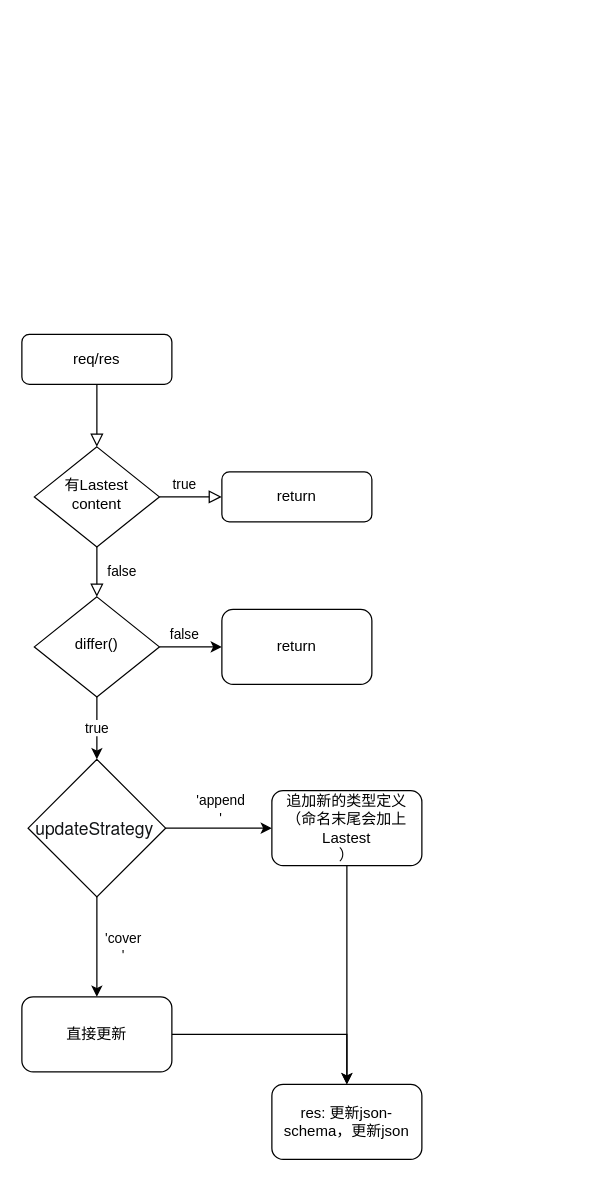
Before: 执行逻辑.drawio in yy7054wyq5/API-types-automatic-converter, a draw.io diagram. Source tidied: cells renumbered, new cells numbered last; positions are measured from the earlier drawing's top-left corner, leaving out a move shared by most shapes. Both pictures are drawn from the tidied source at 125%, with x=0, y=0 at pixel (21, 334).
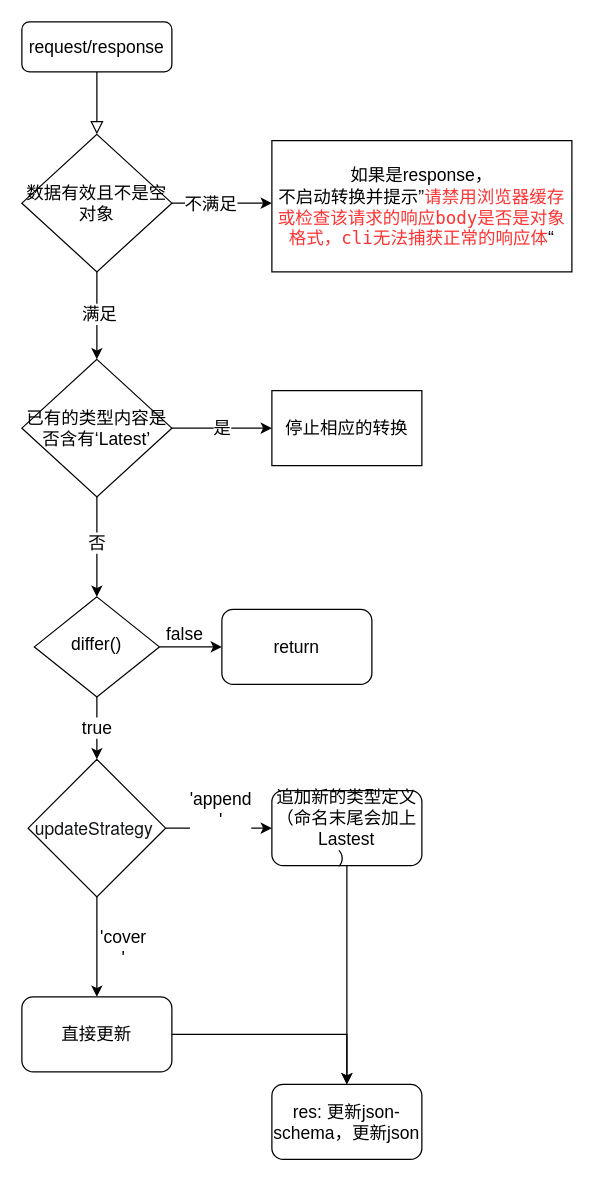
After the change.

Change to the diagram source:
```diff
@@
-    <mxCell id="2" style="rounded=0;html=1;jettySize=auto;fontSize=11;endArrow=block;endFill=0;endSize=8;strokeWidth=1;shadow=0;labelBackgroundColor=none;edgeStyle=orthogonalEdgeStyle;" parent="1" edge="1" source="3" target="6">
-      <mxGeometry relative="1" as="geometry" />
+    <mxCell id="2" style="rounded=0;html=1;jettySize=auto;fontSize=14;endArrow=block;endFill=0;endSize=8;strokeWidth=1;shadow=0;labelBackgroundColor=none;edgeStyle=orthogonalEdgeStyle;" parent="1" edge="1" source="3">
+      <mxGeometry relative="1" as="geometry">
+        <mxPoint x="60" y="-160" as="targetPoint" />
+      </mxGeometry>
     </mxCell>
-    <mxCell id="3" value="req/res" style="rounded=1;whiteSpace=wrap;html=1;fontSize=12;glass=0;strokeWidth=1;shadow=0;" parent="1" vertex="1">
-      <mxGeometry width="120" height="40" as="geometry" />
+    <mxCell id="3" value="request/response" style="rounded=1;whiteSpace=wrap;html=1;fontSize=14;glass=0;strokeWidth=1;shadow=0;" parent="1" vertex="1">
+      <mxGeometry y="-250" width="120" height="40" as="geometry" />
     </mxCell>
-    <mxCell id="4" value="false" style="rounded=0;html=1;jettySize=auto;fontSize=11;endArrow=block;endFill=0;endSize=8;strokeWidth=1;shadow=0;labelBackgroundColor=none;edgeStyle=orthogonalEdgeStyle;" parent="1" edge="1" source="6" target="10">
-      <mxGeometry y="20" relative="1" as="geometry" />
-    </mxCell>
-    <mxCell id="5" value="true" style="edgeStyle=orthogonalEdgeStyle;rounded=0;html=1;jettySize=auto;fontSize=11;endArrow=block;endFill=0;endSize=8;strokeWidth=1;shadow=0;labelBackgroundColor=none;" parent="1" edge="1" source="6" target="7">
-      <mxGeometry x="-0.2" y="10" relative="1" as="geometry" />
-    </mxCell>
-    <mxCell id="6" value="有Lastest content" style="rhombus;whiteSpace=wrap;html=1;shadow=0;fontFamily=Helvetica;fontSize=12;align=center;strokeWidth=1;spacing=6;spacingTop=-4;" parent="1" vertex="1">
-      <mxGeometry x="10" y="90" width="100" height="80" as="geometry" />
-    </mxCell>
-    <mxCell id="7" value="return" style="rounded=1;whiteSpace=wrap;html=1;fontSize=12;glass=0;strokeWidth=1;shadow=0;" parent="1" vertex="1">
-      <mxGeometry x="160" y="110" width="120" height="40" as="geometry" />
-    </mxCell>
-    <mxCell id="8" value="true" style="edgeStyle=orthogonalEdgeStyle;rounded=0;jettySize=auto;html=1;" parent="1" edge="1" source="10">
+    <mxCell id="8" value="true" style="edgeStyle=orthogonalEdgeStyle;rounded=0;jettySize=auto;html=1;fontSize=14;" parent="1" edge="1" source="10">
       <mxGeometry relative="1" as="geometry">
         <mxPoint x="60" y="340" as="targetPoint" />
       </mxGeometry>
     </mxCell>
-    <mxCell id="9" value="false" style="edgeStyle=orthogonalEdgeStyle;rounded=0;jettySize=auto;html=1;" parent="1" edge="1" source="10">
+    <mxCell id="9" value="false" style="edgeStyle=orthogonalEdgeStyle;rounded=0;jettySize=auto;html=1;fontSize=14;" parent="1" edge="1" source="10">
       <mxGeometry x="-0.2" y="10" relative="1" as="geometry">
         <mxPoint x="160" y="250" as="targetPoint" />
       </mxGeometry>
     </mxCell>
-    <mxCell id="10" value="differ()" style="rhombus;whiteSpace=wrap;html=1;shadow=0;fontFamily=Helvetica;fontSize=12;align=center;strokeWidth=1;spacing=6;spacingTop=-4;" parent="1" vertex="1">
+    <mxCell id="10" value="differ()" style="rhombus;whiteSpace=wrap;html=1;shadow=0;fontFamily=Helvetica;fontSize=14;align=center;strokeWidth=1;spacing=6;spacingTop=-4;" parent="1" vertex="1">
       <mxGeometry x="10" y="210" width="100" height="80" as="geometry" />
     </mxCell>
-    <mxCell id="11" value="'append&lt;br&gt;'" style="edgeStyle=orthogonalEdgeStyle;rounded=0;jettySize=auto;html=1;" parent="1" edge="1" source="14">
+    <mxCell id="11" value="'append&lt;br style=&quot;font-size: 14px;&quot;&gt;'" style="edgeStyle=orthogonalEdgeStyle;rounded=0;jettySize=auto;html=1;fontSize=14;" parent="1" edge="1" source="14">
       <mxGeometry x="0.06" y="15" relative="1" as="geometry">
         <mxPoint x="200" y="395" as="targetPoint" />
       </mxGeometry>
     </mxCell>
-    <mxCell id="12" style="edgeStyle=orthogonalEdgeStyle;rounded=0;jettySize=auto;html=1;" parent="1" edge="1" source="14">
+    <mxCell id="12" style="edgeStyle=orthogonalEdgeStyle;rounded=0;jettySize=auto;html=1;fontSize=14;" parent="1" edge="1" source="14">
       <mxGeometry relative="1" as="geometry">
         <mxPoint x="60" y="530" as="targetPoint" />
       </mxGeometry>
     </mxCell>
-    <mxCell id="13" value="'cover&lt;br&gt;'" style="edgeLabel;html=1;align=center;verticalAlign=middle;" parent="12" vertex="1">
+    <mxCell id="13" value="'cover&lt;br style=&quot;font-size: 14px;&quot;&gt;'" style="edgeLabel;html=1;align=center;verticalAlign=middle;fontSize=14;" parent="12" vertex="1">
       <mxGeometry x="0.05" y="2" relative="1" as="geometry">
         <mxPoint x="18" y="-2" as="offset" />
       </mxGeometry>
     </mxCell>
-    <mxCell id="14" value="&lt;span style=&quot;color: rgb(18 , 20 , 22) ; font-family: &amp;#34;helvetica neue&amp;#34; ; font-size: 14px&quot;&gt;updateStrategy&lt;/span&gt;&lt;span&gt;&amp;nbsp;&lt;/span&gt;" style="rhombus;whiteSpace=wrap;html=1;" parent="1" vertex="1">
+    <mxCell id="14" value="&lt;span style=&quot;color: rgb(18, 20, 22); font-family: &amp;quot;helvetica neue&amp;quot;; font-size: 14px;&quot;&gt;updateStrategy&lt;/span&gt;&lt;span style=&quot;font-size: 14px;&quot;&gt;&amp;nbsp;&lt;/span&gt;" style="rhombus;whiteSpace=wrap;html=1;fontSize=14;" parent="1" vertex="1">
       <mxGeometry x="5" y="340" width="110" height="110" as="geometry" />
     </mxCell>
-    <mxCell id="15" style="edgeStyle=orthogonalEdgeStyle;rounded=0;jettySize=auto;html=1;" parent="1" edge="1" source="16" target="20">
+    <mxCell id="15" style="edgeStyle=orthogonalEdgeStyle;rounded=0;jettySize=auto;html=1;fontSize=14;" parent="1" edge="1" source="16" target="20">
       <mxGeometry relative="1" as="geometry" />
     </mxCell>
-    <mxCell id="16" value="&lt;span style=&quot;font-family: &amp;#34;helvetica&amp;#34;&quot;&gt;追加新的类型定义（命名末尾会加上L&lt;/span&gt;astest&lt;span style=&quot;font-family: &amp;#34;helvetica&amp;#34;&quot;&gt;&lt;br&gt;）&lt;/span&gt;" style="rounded=1;whiteSpace=wrap;html=1;" parent="1" vertex="1">
+    <mxCell id="16" value="&lt;span style=&quot;font-family: helvetica; font-size: 14px;&quot;&gt;追加新的类型定义（命名末尾会加上L&lt;/span&gt;astest&lt;span style=&quot;font-family: helvetica; font-size: 14px;&quot;&gt;&lt;br style=&quot;font-size: 14px;&quot;&gt;）&lt;/span&gt;" style="rounded=1;whiteSpace=wrap;html=1;fontSize=14;" parent="1" vertex="1">
       <mxGeometry x="200" y="365" width="120" height="60" as="geometry" />
     </mxCell>
-    <mxCell id="17" value="&lt;span&gt;return&lt;/span&gt;" style="rounded=1;whiteSpace=wrap;html=1;" parent="1" vertex="1">
+    <mxCell id="17" value="&lt;span style=&quot;font-size: 14px;&quot;&gt;return&lt;/span&gt;" style="rounded=1;whiteSpace=wrap;html=1;fontSize=14;" parent="1" vertex="1">
       <mxGeometry x="160" y="220" width="120" height="60" as="geometry" />
     </mxCell>
-    <mxCell id="18" style="edgeStyle=orthogonalEdgeStyle;rounded=0;jettySize=auto;html=1;" parent="1" edge="1" source="19" target="20">
+    <mxCell id="18" style="edgeStyle=orthogonalEdgeStyle;rounded=0;jettySize=auto;html=1;fontSize=14;" parent="1" edge="1" source="19" target="20">
       <mxGeometry relative="1" as="geometry" />
     </mxCell>
-    <mxCell id="19" value="&lt;span&gt;直接更新&lt;/span&gt;" style="rounded=1;whiteSpace=wrap;html=1;" parent="1" vertex="1">
+    <mxCell id="19" value="&lt;span style=&quot;font-size: 14px;&quot;&gt;直接更新&lt;/span&gt;" style="rounded=1;whiteSpace=wrap;html=1;fontSize=14;" parent="1" vertex="1">
       <mxGeometry y="530" width="120" height="60" as="geometry" />
     </mxCell>
-    <mxCell id="20" value="res: 更新json-schema，更新json" style="whiteSpace=wrap;html=1;rounded=1;" parent="1" vertex="1">
+    <mxCell id="20" value="res: 更新json-schema，更新json" style="whiteSpace=wrap;html=1;rounded=1;fontSize=14;" parent="1" vertex="1">
       <mxGeometry x="200" y="600" width="120" height="60" as="geometry" />
     </mxCell>
+    <mxCell id="21" style="edgeStyle=orthogonalEdgeStyle;rounded=0;jettySize=auto;html=1;fontSize=14;" parent="1" edge="1" source="25">
+      <mxGeometry relative="1" as="geometry">
+        <mxPoint x="200" y="-105" as="targetPoint" />
+      </mxGeometry>
+    </mxCell>
+    <mxCell id="22" value="不满足" style="edgeLabel;html=1;align=center;verticalAlign=middle;fontSize=14;" parent="21" vertex="1">
+      <mxGeometry x="-0.28" y="-1" relative="1" as="geometry">
+        <mxPoint x="1" y="-1" as="offset" />
+      </mxGeometry>
+    </mxCell>
+    <mxCell id="23" style="edgeStyle=orthogonalEdgeStyle;rounded=0;jettySize=auto;html=1;fontSize=14;" parent="1" edge="1" source="25">
+      <mxGeometry relative="1" as="geometry">
+        <mxPoint x="60" y="20" as="targetPoint" />
+      </mxGeometry>
+    </mxCell>
+    <mxCell id="24" value="满足" style="edgeLabel;html=1;align=center;verticalAlign=middle;fontSize=14;" parent="23" vertex="1">
+      <mxGeometry x="-0.05" y="1" relative="1" as="geometry" />
+    </mxCell>
+    <mxCell id="25" value="&lt;span style=&quot;font-weight: normal&quot;&gt;&lt;span&gt;数据&lt;/span&gt;&lt;span style=&quot;font-family: &amp;#34;menlo&amp;#34; , &amp;#34;monaco&amp;#34; , &amp;#34;courier new&amp;#34; , monospace&quot;&gt;有效且不是空对象&lt;/span&gt;&lt;/span&gt;" style="rhombus;whiteSpace=wrap;html=1;fontSize=14;fontStyle=1;" parent="1" vertex="1">
+      <mxGeometry y="-160" width="120" height="110" as="geometry" />
+    </mxCell>
+    <mxCell id="26" value="是" style="edgeStyle=orthogonalEdgeStyle;rounded=0;jettySize=auto;html=1;fontSize=14;" parent="1" edge="1" source="29" target="30">
+      <mxGeometry relative="1" as="geometry" />
+    </mxCell>
+    <mxCell id="27" style="edgeStyle=orthogonalEdgeStyle;rounded=0;jettySize=auto;html=1;fontSize=14;" parent="1" edge="1" source="29" target="10">
+      <mxGeometry relative="1" as="geometry" />
+    </mxCell>
+    <mxCell id="28" value="否" style="edgeLabel;html=1;align=center;verticalAlign=middle;fontSize=14;" parent="27" vertex="1">
+      <mxGeometry x="-0.1" y="-1" relative="1" as="geometry" />
+    </mxCell>
+    <mxCell id="29" value="已有的类型内容是否含有‘Latest’" style="rhombus;whiteSpace=wrap;html=1;fontSize=14;" parent="1" vertex="1">
+      <mxGeometry y="20" width="120" height="110" as="geometry" />
+    </mxCell>
+    <mxCell id="30" value="停止相应的转换" style="whiteSpace=wrap;html=1;fontSize=14;" parent="1" vertex="1">
+      <mxGeometry x="200" y="45" width="120" height="60" as="geometry" />
+    </mxCell>
+    <mxCell id="31" value="&lt;span&gt;如果是&lt;/span&gt;response，&lt;span&gt;&lt;br&gt;不启动转换并提示”&lt;/span&gt;&lt;span style=&quot;font-family: &amp;#34;menlo&amp;#34; , &amp;#34;monaco&amp;#34; , &amp;#34;courier new&amp;#34; , monospace&quot;&gt;&lt;font color=&quot;#ff3333&quot;&gt;请禁用浏览器缓存或检查该请求的响应body是否是对象格式，cli无法捕获正常的响应体&lt;/font&gt;&lt;/span&gt;&lt;span&gt;“&lt;/span&gt;" style="rounded=0;whiteSpace=wrap;html=1;fontSize=14;" parent="1" vertex="1">
+      <mxGeometry x="200" y="-155" width="240" height="105" as="geometry" />
+    </mxCell>
```
